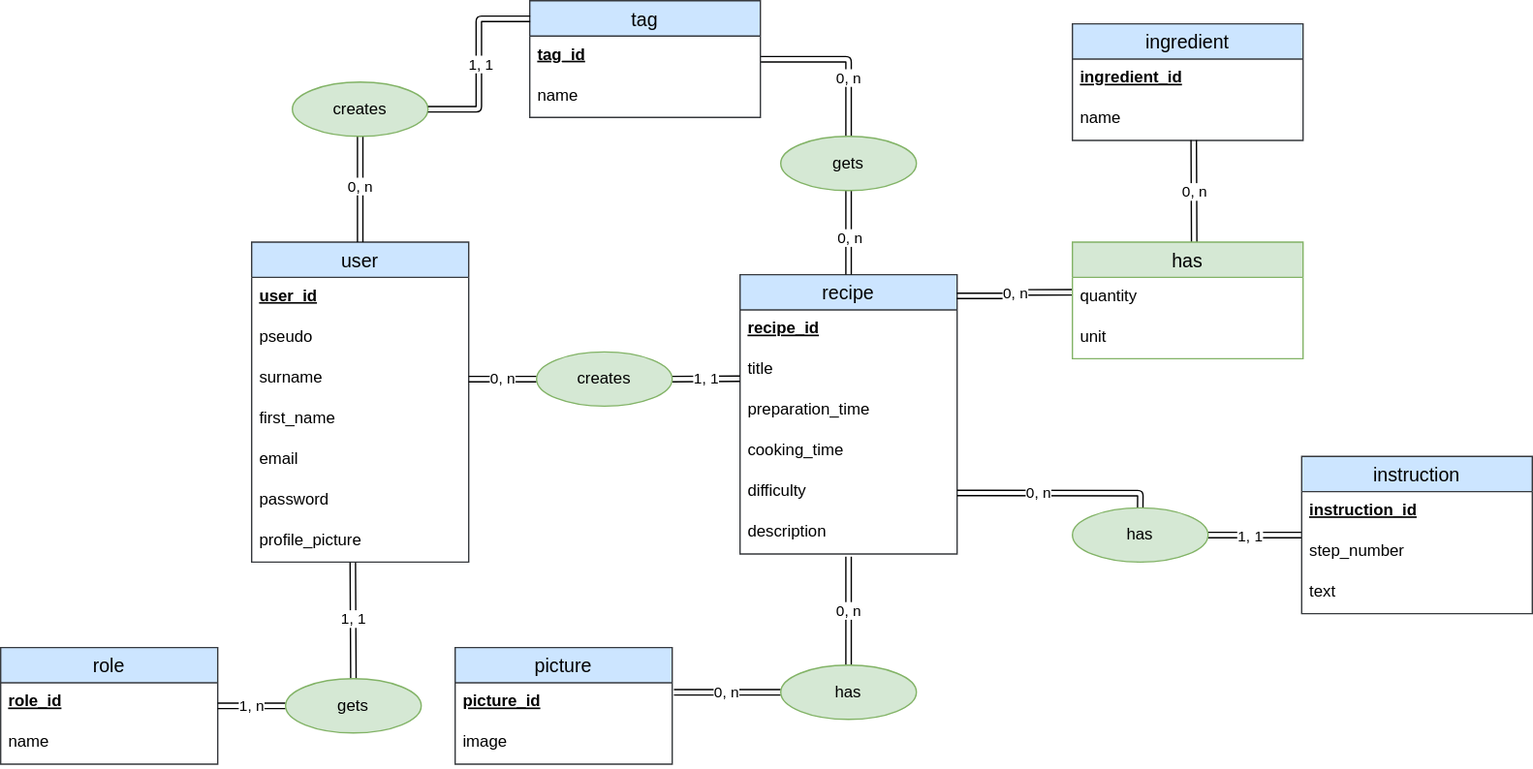
Above: code/server/merise/MCD_le_reseau_des_gourmets.drawio.svg in TigerSnowy/le_reseau_des_gourmets (draw.io), before the change. Source tidied: cells renumbered, new cells last; positions are measured from the earlier drawing's top-left corner, leaving out a move shared by most shapes.
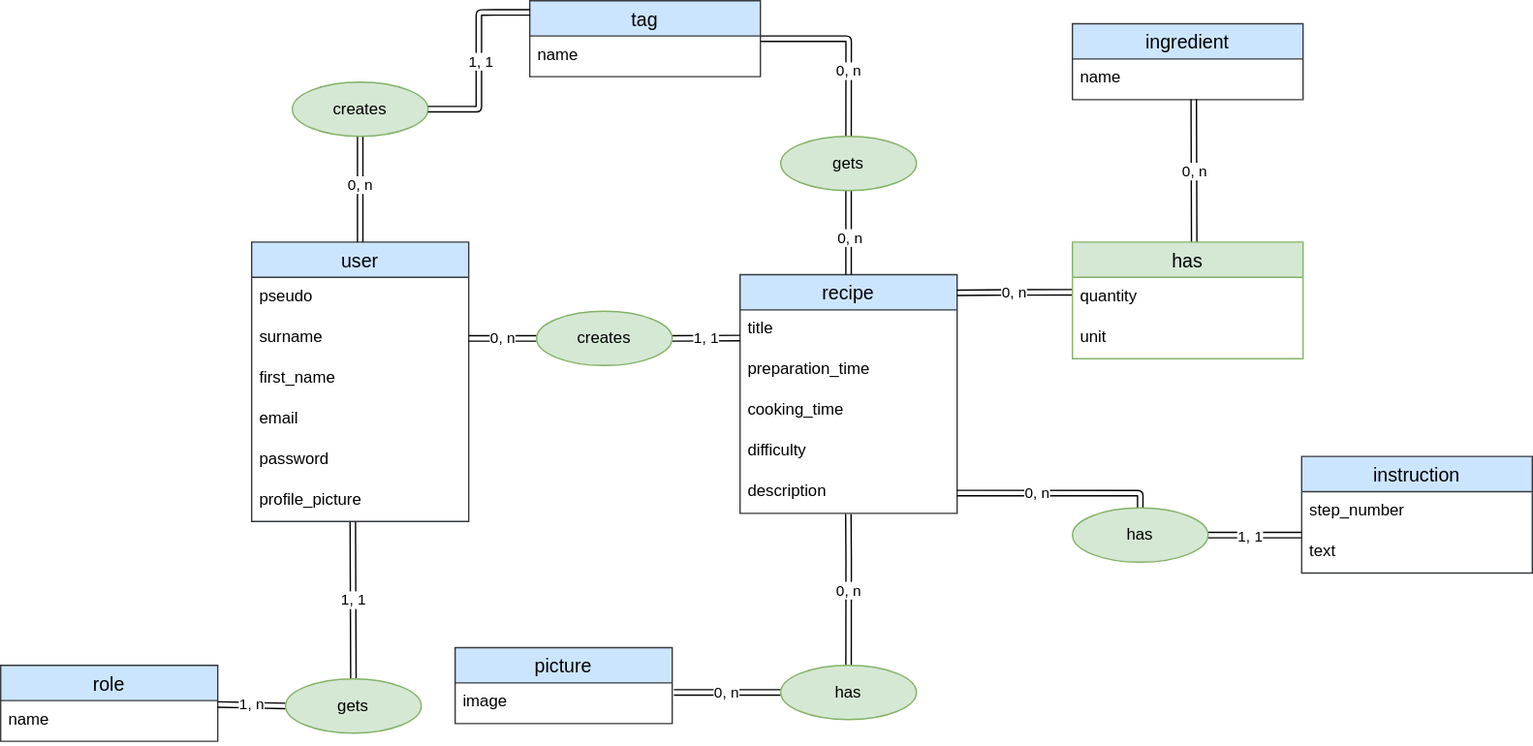
The same file after the commit.

The edit, as a diff of the source:
```diff
@@ -3,49 +3,43 @@
     <mxCell id="0" />
     <mxCell id="1" parent="0" />
     <mxCell id="2" value="user" style="swimlane;fontStyle=0;horizontal=1;startSize=26;align=center;fontSize=14;swimlaneFillColor=default;fillColor=#cce5ff;strokeColor=#36393d;" parent="1" vertex="1">
-      <mxGeometry x="185" y="178" width="160" height="236" as="geometry" />
+      <mxGeometry x="185" y="178" width="160" height="206" as="geometry" />
     </mxCell>
-    <mxCell id="3" value="user_id" style="text;strokeColor=none;fillColor=none;spacingLeft=4;spacingRight=4;overflow=hidden;fontSize=12;align=left;fontStyle=5;" parent="2" vertex="1">
-      <mxGeometry y="26" width="160" height="30" as="geometry" />
-    </mxCell>
     <mxCell id="4" value="pseudo" style="text;strokeColor=none;fillColor=none;spacingLeft=4;spacingRight=4;overflow=hidden;fontSize=12;" parent="2" vertex="1">
-      <mxGeometry y="56" width="160" height="30" as="geometry" />
+      <mxGeometry y="26" width="160" height="30" as="geometry" />
     </mxCell>
     <mxCell id="5" value="surname" style="text;strokeColor=none;fillColor=none;spacingLeft=4;spacingRight=4;overflow=hidden;points=[[0,0.5],[1,0.5]];portConstraint=eastwest;fontSize=12;" parent="2" vertex="1">
-      <mxGeometry y="86" width="160" height="30" as="geometry" />
+      <mxGeometry y="56" width="160" height="30" as="geometry" />
     </mxCell>
     <mxCell id="6" value="first_name" style="text;strokeColor=none;fillColor=none;spacingLeft=4;spacingRight=4;overflow=hidden;fontSize=12;" parent="2" vertex="1">
-      <mxGeometry y="116" width="160" height="30" as="geometry" />
+      <mxGeometry y="86" width="160" height="30" as="geometry" />
     </mxCell>
     <mxCell id="7" value="email" style="text;strokeColor=none;fillColor=none;spacingLeft=4;spacingRight=4;overflow=hidden;fontSize=12;" parent="2" vertex="1">
-      <mxGeometry y="146" width="160" height="30" as="geometry" />
+      <mxGeometry y="116" width="160" height="30" as="geometry" />
     </mxCell>
     <mxCell id="8" value="password" style="text;strokeColor=none;fillColor=none;spacingLeft=4;spacingRight=4;overflow=hidden;fontSize=12;" parent="2" vertex="1">
-      <mxGeometry y="176" width="160" height="30" as="geometry" />
+      <mxGeometry y="146" width="160" height="30" as="geometry" />
     </mxCell>
     <mxCell id="9" value="profile_picture" style="text;strokeColor=none;fillColor=none;spacingLeft=4;spacingRight=4;overflow=hidden;points=[[0,0.5],[1,0.5]];portConstraint=eastwest;fontSize=12;" parent="2" vertex="1">
-      <mxGeometry y="206" width="160" height="30" as="geometry" />
+      <mxGeometry y="176" width="160" height="30" as="geometry" />
     </mxCell>
     <mxCell id="10" value="recipe" style="swimlane;fontStyle=0;horizontal=1;startSize=26;align=center;fontSize=14;swimlaneFillColor=default;fillColor=#cce5ff;strokeColor=#36393d;" parent="1" vertex="1">
-      <mxGeometry x="545" y="202" width="160" height="206" as="geometry" />
+      <mxGeometry x="545" y="202" width="160" height="176" as="geometry" />
     </mxCell>
-    <mxCell id="11" value="recipe_id" style="text;strokeColor=none;fillColor=none;spacingLeft=4;spacingRight=4;overflow=hidden;fontSize=12;fontStyle=5;" parent="10" vertex="1">
-      <mxGeometry y="26" width="160" height="30" as="geometry" />
-    </mxCell>
     <mxCell id="12" value="title" style="text;strokeColor=none;fillColor=none;spacingLeft=4;spacingRight=4;overflow=hidden;points=[[0,0.5],[1,0.5]];portConstraint=eastwest;fontSize=12;" parent="10" vertex="1">
-      <mxGeometry y="56" width="160" height="30" as="geometry" />
+      <mxGeometry y="26" width="160" height="30" as="geometry" />
     </mxCell>
     <mxCell id="13" value="preparation_time" style="text;strokeColor=none;fillColor=none;spacingLeft=4;spacingRight=4;overflow=hidden;fontSize=12;" parent="10" vertex="1">
-      <mxGeometry y="86" width="160" height="30" as="geometry" />
+      <mxGeometry y="56" width="160" height="30" as="geometry" />
     </mxCell>
     <mxCell id="14" value="cooking_time" style="text;strokeColor=none;fillColor=none;spacingLeft=4;spacingRight=4;overflow=hidden;fontSize=12;" parent="10" vertex="1">
-      <mxGeometry y="116" width="160" height="30" as="geometry" />
+      <mxGeometry y="86" width="160" height="30" as="geometry" />
     </mxCell>
     <mxCell id="15" value="difficulty" style="text;strokeColor=none;fillColor=none;spacingLeft=4;spacingRight=4;overflow=hidden;fontSize=12;" parent="10" vertex="1">
-      <mxGeometry y="146" width="160" height="30" as="geometry" />
+      <mxGeometry y="116" width="160" height="30" as="geometry" />
     </mxCell>
     <mxCell id="16" value="description" style="text;strokeColor=none;fillColor=none;spacingLeft=4;spacingRight=4;overflow=hidden;points=[[0,0.5],[1,0.5]];portConstraint=eastwest;fontSize=12;" parent="10" vertex="1">
-      <mxGeometry y="176" width="160" height="30" as="geometry" />
+      <mxGeometry y="146" width="160" height="30" as="geometry" />
     </mxCell>
     <mxCell id="17" value="1, 1" style="edgeStyle=none;html=1;entryX=0;entryY=0.691;entryDx=0;entryDy=0;shape=link;entryPerimeter=0;" parent="1" edge="1" source="19" target="12">
       <mxGeometry relative="1" as="geometry" />
@@ -54,16 +48,13 @@
       <mxGeometry relative="1" as="geometry" />
     </mxCell>
     <mxCell id="19" value="creates" style="ellipse;whiteSpace=wrap;html=1;align=center;fillColor=#d5e8d4;strokeColor=#82b366;" parent="1" vertex="1">
-      <mxGeometry x="395" y="259" width="100" height="40" as="geometry" />
+      <mxGeometry x="395" y="229" width="100" height="40" as="geometry" />
     </mxCell>
     <mxCell id="20" value="role" style="swimlane;fontStyle=0;horizontal=1;startSize=26;align=center;fontSize=14;swimlaneFillColor=default;fillColor=#cce5ff;strokeColor=#36393d;" parent="1" vertex="1">
-      <mxGeometry y="477" width="160" height="86" as="geometry" />
+      <mxGeometry y="490" width="160" height="56" as="geometry" />
     </mxCell>
-    <mxCell id="21" value="role_id" style="text;strokeColor=none;fillColor=none;spacingLeft=4;spacingRight=4;overflow=hidden;fontSize=12;fontStyle=5;" parent="20" vertex="1">
-      <mxGeometry y="26" width="160" height="30" as="geometry" />
-    </mxCell>
     <mxCell id="22" value="name" style="text;strokeColor=none;fillColor=none;spacingLeft=4;spacingRight=4;overflow=hidden;fontSize=12;" parent="20" vertex="1">
-      <mxGeometry y="56" width="160" height="30" as="geometry" />
+      <mxGeometry y="26" width="160" height="30" as="geometry" />
     </mxCell>
     <mxCell id="23" value="1, 1" style="edgeStyle=none;shape=link;html=1;strokeColor=default;fontColor=default;entryX=0.466;entryY=1.009;entryDx=0;entryDy=0;exitX=0.5;exitY=0;exitDx=0;exitDy=0;entryPerimeter=0;" parent="1" edge="1" source="25" target="9">
       <mxGeometry relative="1" as="geometry" />
@@ -82,13 +73,10 @@
       </mxGeometry>
     </mxCell>
     <mxCell id="27" value="ingredient" style="swimlane;fontStyle=0;horizontal=1;startSize=26;align=center;fontSize=14;swimlaneFillColor=default;fillColor=#cce5ff;strokeColor=#36393d;" parent="1" vertex="1">
-      <mxGeometry x="790" y="17" width="170" height="86" as="geometry" />
+      <mxGeometry x="790" y="17" width="170" height="56" as="geometry" />
     </mxCell>
-    <mxCell id="28" value="ingredient_id" style="text;strokeColor=none;fillColor=none;spacingLeft=4;spacingRight=4;overflow=hidden;fontSize=12;fontStyle=5;" parent="27" vertex="1">
-      <mxGeometry y="26" width="170" height="30" as="geometry" />
-    </mxCell>
     <mxCell id="29" value="name" style="text;strokeColor=none;fillColor=none;spacingLeft=4;spacingRight=4;overflow=hidden;points=[[0,0.5],[1,0.5]];portConstraint=eastwest;fontSize=12;" parent="27" vertex="1">
-      <mxGeometry y="56" width="170" height="30" as="geometry" />
+      <mxGeometry y="26" width="170" height="30" as="geometry" />
     </mxCell>
     <mxCell id="30" value="0, n" style="edgeStyle=orthogonalEdgeStyle;html=1;startArrow=none;startFill=0;endArrow=none;endFill=0;shape=link;entryX=0.526;entryY=0.992;entryDx=0;entryDy=0;entryPerimeter=0;exitX=0.528;exitY=0.013;exitDx=0;exitDy=0;exitPerimeter=0;" parent="1" edge="1" source="60" target="29">
       <mxGeometry relative="1" as="geometry">
@@ -107,19 +95,18 @@
       </mxGeometry>
     </mxCell>
     <mxCell id="32" value="picture" style="swimlane;fontStyle=0;horizontal=1;startSize=26;align=center;fontSize=14;swimlaneFillColor=default;fillColor=#cce5ff;strokeColor=#36393d;" parent="1" vertex="1">
-      <mxGeometry x="335" y="477" width="160" height="86" as="geometry" />
+      <mxGeometry x="335" y="477" width="160" height="56" as="geometry" />
     </mxCell>
-    <mxCell id="33" value="picture_id" style="text;strokeColor=none;fillColor=none;spacingLeft=4;spacingRight=4;overflow=hidden;points=[[0,0.5],[1,0.5]];portConstraint=eastwest;fontSize=12;fontStyle=5;" parent="32" vertex="1">
-      <mxGeometry y="26" width="160" height="30" as="geometry" />
-    </mxCell>
     <mxCell id="34" value="image" style="text;strokeColor=none;fillColor=none;spacingLeft=4;spacingRight=4;overflow=hidden;fontSize=12;" parent="32" vertex="1">
-      <mxGeometry y="56" width="160" height="30" as="geometry" />
+      <mxGeometry y="26" width="160" height="30" as="geometry" />
     </mxCell>
     <mxCell id="35" style="edgeStyle=orthogonalEdgeStyle;rounded=0;jettySize=auto;html=1;entryX=0.5;entryY=0;entryDx=0;entryDy=0;strokeColor=none;" parent="1" edge="1" source="37" target="32">
       <mxGeometry relative="1" as="geometry" />
     </mxCell>
-    <mxCell id="36" value="0, n" style="edgeStyle=orthogonalEdgeStyle;rounded=0;jettySize=auto;html=1;entryX=1.008;entryY=0.233;entryDx=0;entryDy=0;shape=link;entryPerimeter=0;" parent="1" edge="1" source="37" target="33">
-      <mxGeometry relative="1" as="geometry" />
+    <mxCell id="36" value="0, n" style="edgeStyle=orthogonalEdgeStyle;rounded=0;jettySize=auto;html=1;entryX=1.008;entryY=0.233;entryDx=0;entryDy=0;shape=link;entryPerimeter=0;" parent="1" edge="1" source="37">
+      <mxGeometry relative="1" as="geometry">
+        <mxPoint x="496.3" y="510" as="targetPoint" />
+      </mxGeometry>
     </mxCell>
     <mxCell id="37" value="has" style="ellipse;whiteSpace=wrap;html=1;align=center;fillColor=#d5e8d4;strokeColor=#82b366;" parent="1" vertex="1">
       <mxGeometry x="575" y="490" width="100" height="40" as="geometry" />
@@ -131,13 +118,10 @@
       <mxGeometry x="0.29" y="-1" relative="1" as="geometry" />
     </mxCell>
     <mxCell id="40" value="tag" style="swimlane;fontStyle=0;horizontal=1;startSize=26;align=center;fontSize=14;swimlaneFillColor=default;fillColor=#cce5ff;strokeColor=#36393d;" parent="1" vertex="1">
-      <mxGeometry x="390" width="170" height="86" as="geometry" />
+      <mxGeometry x="390" width="170" height="56" as="geometry" />
     </mxCell>
-    <mxCell id="41" value="tag_id" style="text;strokeColor=none;fillColor=none;spacingLeft=4;spacingRight=4;overflow=hidden;fontSize=12;fontStyle=5;" parent="40" vertex="1">
-      <mxGeometry y="26" width="170" height="30" as="geometry" />
-    </mxCell>
     <mxCell id="42" value="name" style="text;strokeColor=none;fillColor=none;spacingLeft=4;spacingRight=4;overflow=hidden;fontSize=12;" parent="40" vertex="1">
-      <mxGeometry y="56" width="170" height="30" as="geometry" />
+      <mxGeometry y="26" width="170" height="30" as="geometry" />
     </mxCell>
     <mxCell id="43" style="edgeStyle=orthogonalEdgeStyle;html=1;entryX=0.5;entryY=1;entryDx=0;entryDy=0;shape=link;" parent="1" edge="1" source="45" target="51">
       <mxGeometry relative="1" as="geometry">
@@ -152,16 +136,13 @@
       </mxGeometry>
     </mxCell>
     <mxCell id="45" value="instruction" style="swimlane;fontStyle=0;horizontal=1;startSize=26;align=center;fontSize=14;swimlaneFillColor=default;fillColor=#cce5ff;strokeColor=#36393d;" parent="1" vertex="1">
-      <mxGeometry x="959" y="336" width="170" height="116" as="geometry" />
+      <mxGeometry x="959" y="336" width="170" height="86" as="geometry" />
     </mxCell>
-    <mxCell id="46" value="instruction_id" style="text;strokeColor=none;fillColor=none;spacingLeft=4;spacingRight=4;overflow=hidden;fontSize=12;fontStyle=5;" parent="45" vertex="1">
-      <mxGeometry y="26" width="170" height="30" as="geometry" />
-    </mxCell>
     <mxCell id="47" value="step_number" style="text;strokeColor=none;fillColor=none;spacingLeft=4;spacingRight=4;overflow=hidden;fontSize=12;" parent="45" vertex="1">
-      <mxGeometry y="56" width="170" height="30" as="geometry" />
+      <mxGeometry y="26" width="170" height="30" as="geometry" />
     </mxCell>
     <mxCell id="48" value="text" style="text;strokeColor=none;fillColor=none;spacingLeft=4;spacingRight=4;overflow=hidden;fontSize=12;" parent="45" vertex="1">
-      <mxGeometry y="86" width="170" height="30" as="geometry" />
+      <mxGeometry y="56" width="170" height="30" as="geometry" />
     </mxCell>
     <mxCell id="49" style="edgeStyle=orthogonalEdgeStyle;html=1;shape=link;" parent="1" edge="1" source="51">
       <mxGeometry relative="1" as="geometry">
```
